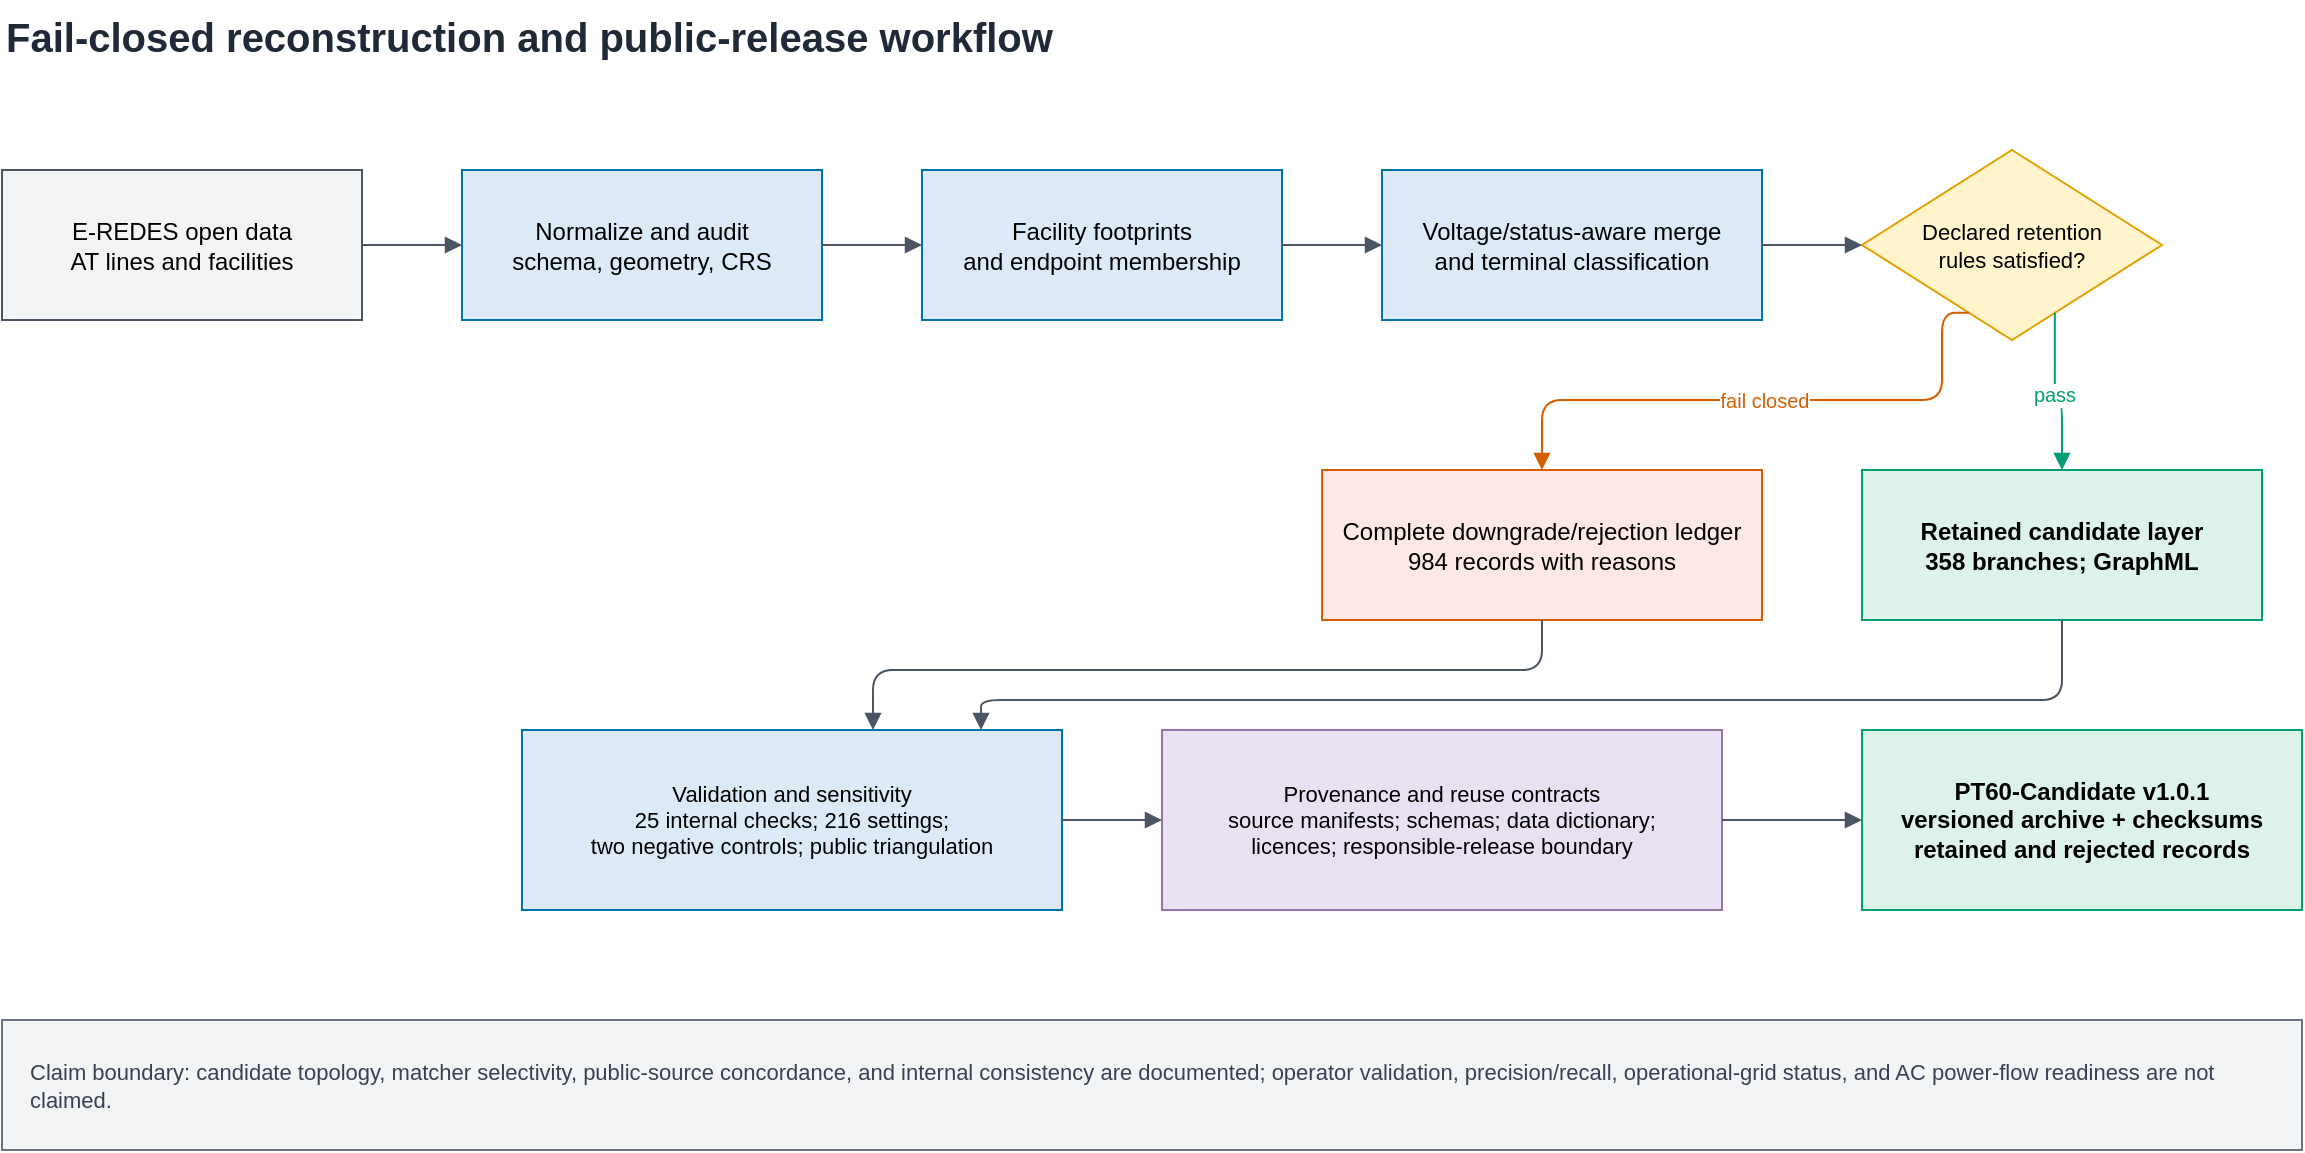
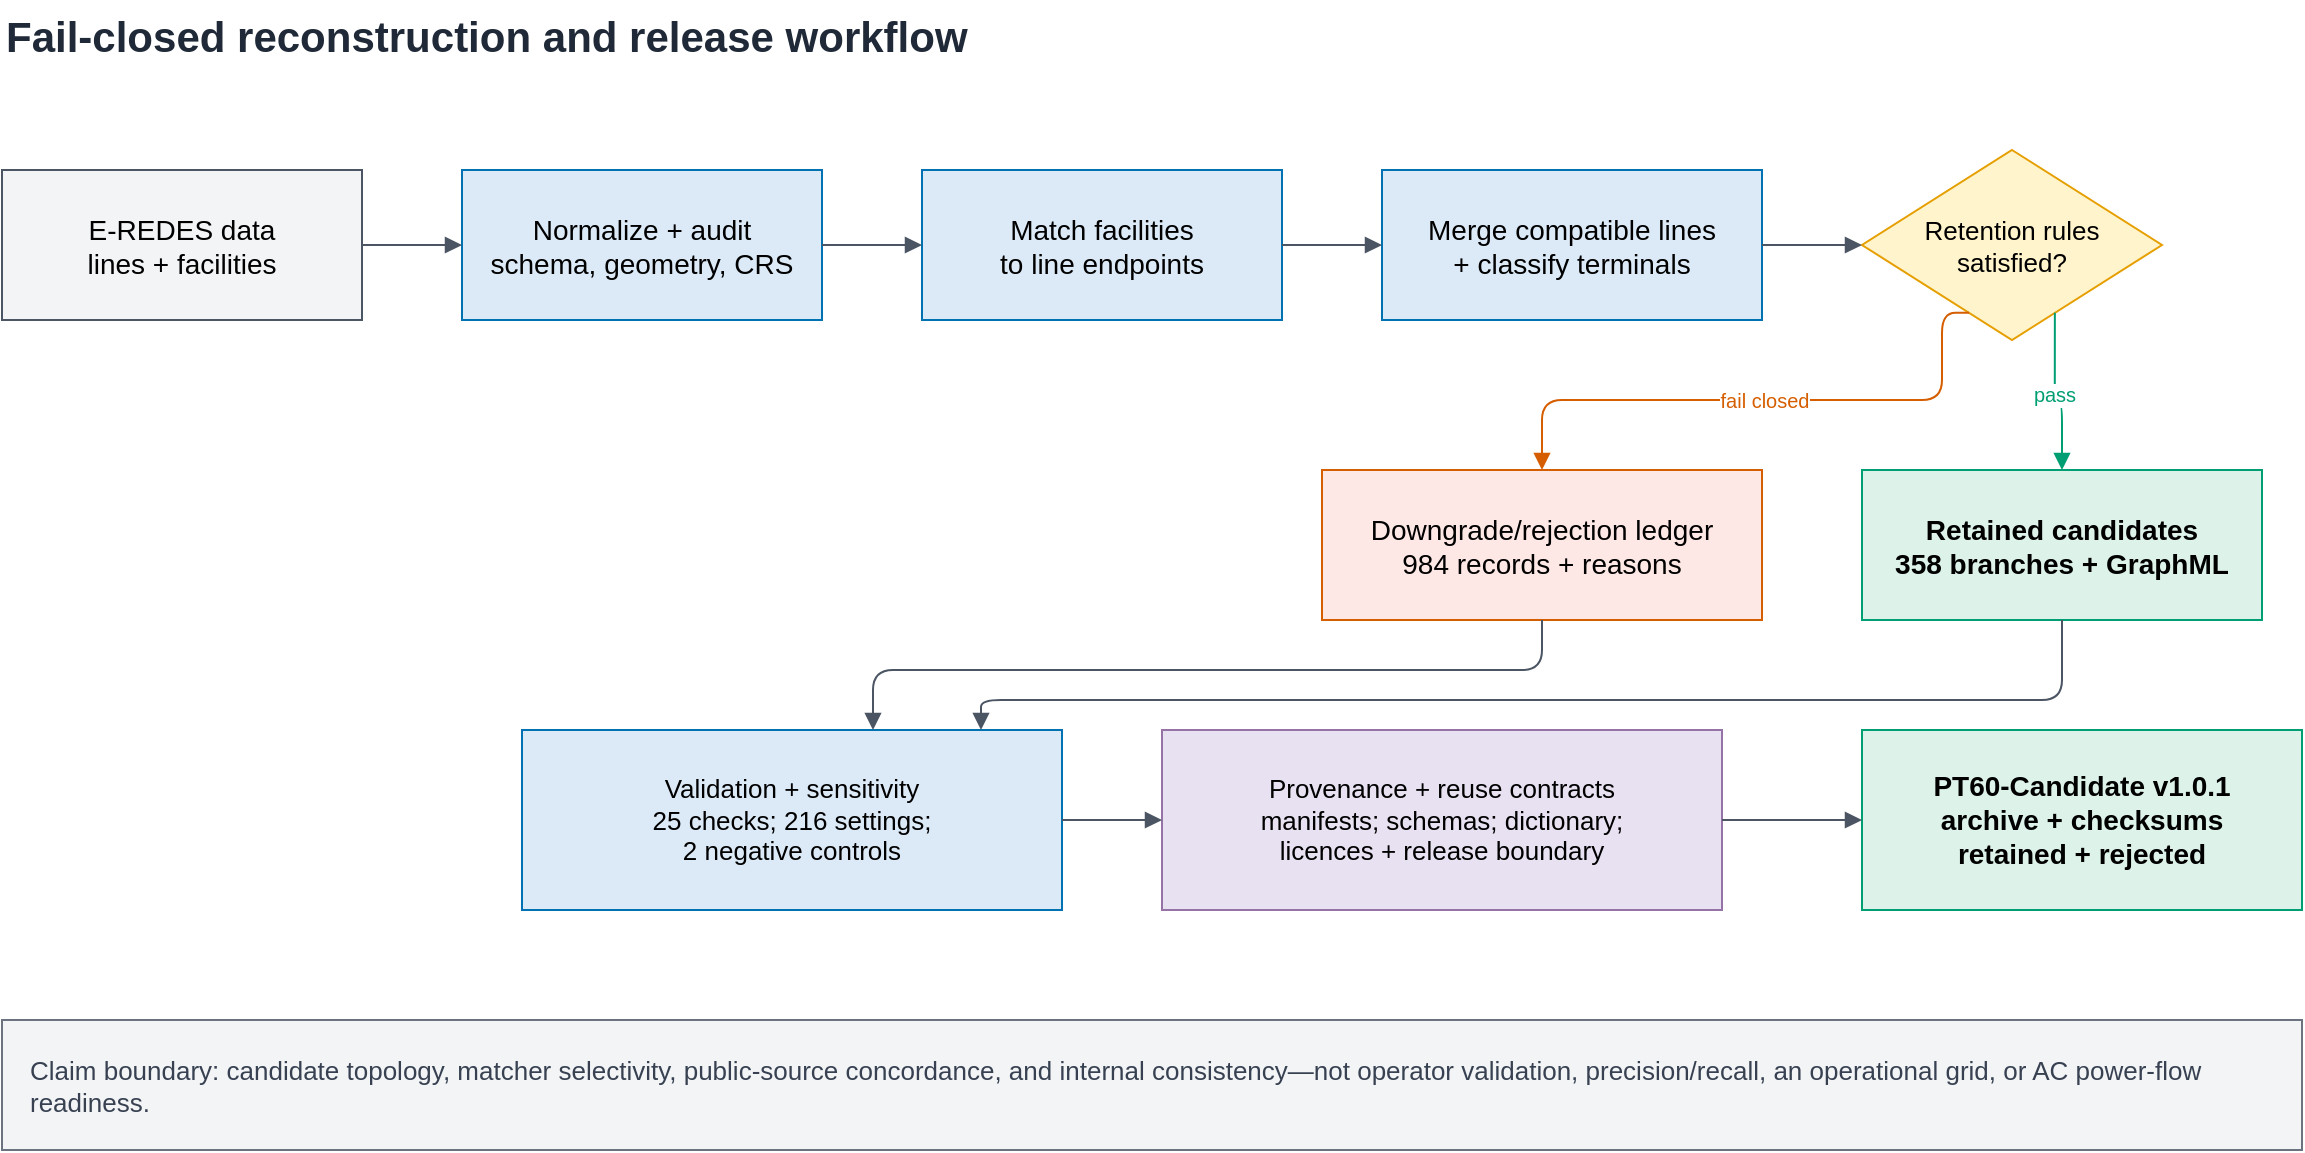
<?xml version="1.0" encoding="UTF-8"?>
<mxfile host="app.diagrams.net" modified="2026-07-14T00:00:00.000Z" agent="Codex" version="24.7.17">
  <diagram id="pipeline" name="Pipeline">
    <mxGraphModel dx="1422" dy="794" grid="1" gridSize="10" guides="1" tooltips="1" connect="1" arrows="1" fold="1" page="1" pageScale="1" pageWidth="1300" pageHeight="700" background="#FFFFFF" math="0" shadow="0">
      <root>
        <mxCell id="0"/>
        <mxCell id="1" parent="0"/>
-         <mxCell id="title" value="Fail-closed reconstruction and public-release workflow" style="text;html=1;align=left;verticalAlign=middle;resizable=0;points=[];autosize=1;fontSize=20;fontStyle=1;fontColor=#1F2937;" vertex="1" parent="1"><mxGeometry x="40" y="25" width="650" height="35" as="geometry"/></mxCell>
-         <mxCell id="raw" value="E-REDES open data&#xa;AT lines and facilities" style="rounded=0;whiteSpace=wrap;html=1;fillColor=#F3F4F6;strokeColor=#4B5563;fontSize=12;" vertex="1" parent="1"><mxGeometry x="40" y="110" width="180" height="75" as="geometry"/></mxCell>
-         <mxCell id="normalize" value="Normalize and audit&#xa;schema, geometry, CRS" style="rounded=0;whiteSpace=wrap;html=1;fillColor=#DCEAF7;strokeColor=#0072B2;fontSize=12;" vertex="1" parent="1"><mxGeometry x="270" y="110" width="180" height="75" as="geometry"/></mxCell>
-         <mxCell id="facilities" value="Facility footprints&#xa;and endpoint membership" style="rounded=0;whiteSpace=wrap;html=1;fillColor=#DCEAF7;strokeColor=#0072B2;fontSize=12;" vertex="1" parent="1"><mxGeometry x="500" y="110" width="180" height="75" as="geometry"/></mxCell>
-         <mxCell id="merge" value="Voltage/status-aware merge&#xa;and terminal classification" style="rounded=0;whiteSpace=wrap;html=1;fillColor=#DCEAF7;strokeColor=#0072B2;fontSize=12;" vertex="1" parent="1"><mxGeometry x="730" y="110" width="190" height="75" as="geometry"/></mxCell>
-         <mxCell id="gate" value="Declared retention&#xa;rules satisfied?" style="rhombus;whiteSpace=wrap;html=1;fillColor=#FFF4CC;strokeColor=#E69F00;fontSize=11;" vertex="1" parent="1"><mxGeometry x="970" y="100" width="150" height="95" as="geometry"/></mxCell>
-         <mxCell id="retained" value="Retained candidate layer&#xa;358 branches; GraphML" style="rounded=0;whiteSpace=wrap;html=1;fillColor=#DDF2E9;strokeColor=#009E73;fontSize=12;fontStyle=1;" vertex="1" parent="1"><mxGeometry x="970" y="260" width="200" height="75" as="geometry"/></mxCell>
-         <mxCell id="ledger" value="Complete downgrade/rejection ledger&#xa;984 records with reasons" style="rounded=0;whiteSpace=wrap;html=1;fillColor=#FDE8E5;strokeColor=#D55E00;fontSize=12;" vertex="1" parent="1"><mxGeometry x="700" y="260" width="220" height="75" as="geometry"/></mxCell>
-         <mxCell id="validation" value="Validation and sensitivity&#xa;25 internal checks; 216 settings;&#xa;two negative controls; public triangulation" style="rounded=0;whiteSpace=wrap;html=1;fillColor=#DCEAF7;strokeColor=#0072B2;fontSize=11;" vertex="1" parent="1"><mxGeometry x="300" y="390" width="270" height="90" as="geometry"/></mxCell>
-         <mxCell id="metadata" value="Provenance and reuse contracts&#xa;source manifests; schemas; data dictionary;&#xa;licences; responsible-release boundary" style="rounded=0;whiteSpace=wrap;html=1;fillColor=#E8E1F2;strokeColor=#9673A6;fontSize=11;" vertex="1" parent="1"><mxGeometry x="620" y="390" width="280" height="90" as="geometry"/></mxCell>
-         <mxCell id="archive" value="PT60-Candidate v1.0.1&#xa;versioned archive + checksums&#xa;retained and rejected records" style="rounded=0;whiteSpace=wrap;html=1;fillColor=#DDF2E9;strokeColor=#009E73;fontSize=12;fontStyle=1;" vertex="1" parent="1"><mxGeometry x="970" y="390" width="220" height="90" as="geometry"/></mxCell>
-         <mxCell id="boundary" value="Claim boundary: candidate topology, matcher selectivity, public-source concordance, and internal consistency are documented; operator validation, precision/recall, operational-grid status, and AC power-flow readiness are not claimed." style="rounded=0;whiteSpace=wrap;html=1;fillColor=#F3F4F6;strokeColor=#6B7280;fontSize=11;fontColor=#374151;align=left;spacingLeft=12;spacingRight=12;" vertex="1" parent="1"><mxGeometry x="40" y="535" width="1150" height="65" as="geometry"/></mxCell>
+         <mxCell id="title" value="Fail-closed reconstruction and release workflow" style="text;html=1;align=left;verticalAlign=middle;resizable=0;points=[];autosize=1;fontSize=21;fontStyle=1;fontColor=#1F2937;" vertex="1" parent="1"><mxGeometry x="40" y="25" width="650" height="35" as="geometry"/></mxCell>
+         <mxCell id="raw" value="E-REDES data&#xa;lines + facilities" style="rounded=0;whiteSpace=wrap;html=1;fillColor=#F3F4F6;strokeColor=#4B5563;fontSize=14;" vertex="1" parent="1"><mxGeometry x="40" y="110" width="180" height="75" as="geometry"/></mxCell>
+         <mxCell id="normalize" value="Normalize + audit&#xa;schema, geometry, CRS" style="rounded=0;whiteSpace=wrap;html=1;fillColor=#DCEAF7;strokeColor=#0072B2;fontSize=14;" vertex="1" parent="1"><mxGeometry x="270" y="110" width="180" height="75" as="geometry"/></mxCell>
+         <mxCell id="facilities" value="Match facilities&#xa;to line endpoints" style="rounded=0;whiteSpace=wrap;html=1;fillColor=#DCEAF7;strokeColor=#0072B2;fontSize=14;" vertex="1" parent="1"><mxGeometry x="500" y="110" width="180" height="75" as="geometry"/></mxCell>
+         <mxCell id="merge" value="Merge compatible lines&#xa;+ classify terminals" style="rounded=0;whiteSpace=wrap;html=1;fillColor=#DCEAF7;strokeColor=#0072B2;fontSize=14;" vertex="1" parent="1"><mxGeometry x="730" y="110" width="190" height="75" as="geometry"/></mxCell>
+         <mxCell id="gate" value="Retention rules&#xa;satisfied?" style="rhombus;whiteSpace=wrap;html=1;fillColor=#FFF4CC;strokeColor=#E69F00;fontSize=13;" vertex="1" parent="1"><mxGeometry x="970" y="100" width="150" height="95" as="geometry"/></mxCell>
+         <mxCell id="retained" value="Retained candidates&#xa;358 branches + GraphML" style="rounded=0;whiteSpace=wrap;html=1;fillColor=#DDF2E9;strokeColor=#009E73;fontSize=14;fontStyle=1;" vertex="1" parent="1"><mxGeometry x="970" y="260" width="200" height="75" as="geometry"/></mxCell>
+         <mxCell id="ledger" value="Downgrade/rejection ledger&#xa;984 records + reasons" style="rounded=0;whiteSpace=wrap;html=1;fillColor=#FDE8E5;strokeColor=#D55E00;fontSize=14;" vertex="1" parent="1"><mxGeometry x="700" y="260" width="220" height="75" as="geometry"/></mxCell>
+         <mxCell id="validation" value="Validation + sensitivity&#xa;25 checks; 216 settings;&#xa;2 negative controls" style="rounded=0;whiteSpace=wrap;html=1;fillColor=#DCEAF7;strokeColor=#0072B2;fontSize=13;" vertex="1" parent="1"><mxGeometry x="300" y="390" width="270" height="90" as="geometry"/></mxCell>
+         <mxCell id="metadata" value="Provenance + reuse contracts&#xa;manifests; schemas; dictionary;&#xa;licences + release boundary" style="rounded=0;whiteSpace=wrap;html=1;fillColor=#E8E1F2;strokeColor=#9673A6;fontSize=13;" vertex="1" parent="1"><mxGeometry x="620" y="390" width="280" height="90" as="geometry"/></mxCell>
+         <mxCell id="archive" value="PT60-Candidate v1.0.1&#xa;archive + checksums&#xa;retained + rejected" style="rounded=0;whiteSpace=wrap;html=1;fillColor=#DDF2E9;strokeColor=#009E73;fontSize=14;fontStyle=1;" vertex="1" parent="1"><mxGeometry x="970" y="390" width="220" height="90" as="geometry"/></mxCell>
+         <mxCell id="boundary" value="Claim boundary: candidate topology, matcher selectivity, public-source concordance, and internal consistency—not operator validation, precision/recall, an operational grid, or AC power-flow readiness." style="rounded=0;whiteSpace=wrap;html=1;fillColor=#F3F4F6;strokeColor=#6B7280;fontSize=13;fontColor=#374151;align=left;spacingLeft=12;spacingRight=12;" vertex="1" parent="1"><mxGeometry x="40" y="535" width="1150" height="65" as="geometry"/></mxCell>

        <mxCell id="e1" style="edgeStyle=orthogonalEdgeStyle;rounded=1;orthogonalLoop=1;jettySize=auto;html=1;endArrow=block;endFill=1;strokeColor=#4B5563;exitX=1;exitY=0.5;entryX=0;entryY=0.5;" edge="1" parent="1" source="raw" target="normalize"><mxGeometry relative="1" as="geometry"/></mxCell>
        <mxCell id="e2" style="edgeStyle=orthogonalEdgeStyle;rounded=1;orthogonalLoop=1;jettySize=auto;html=1;endArrow=block;endFill=1;strokeColor=#4B5563;exitX=1;exitY=0.5;entryX=0;entryY=0.5;" edge="1" parent="1" source="normalize" target="facilities"><mxGeometry relative="1" as="geometry"/></mxCell>
        <mxCell id="e3" style="edgeStyle=orthogonalEdgeStyle;rounded=1;orthogonalLoop=1;jettySize=auto;html=1;endArrow=block;endFill=1;strokeColor=#4B5563;exitX=1;exitY=0.5;entryX=0;entryY=0.5;" edge="1" parent="1" source="facilities" target="merge"><mxGeometry relative="1" as="geometry"/></mxCell>
        <mxCell id="e4" style="edgeStyle=orthogonalEdgeStyle;rounded=1;orthogonalLoop=1;jettySize=auto;html=1;endArrow=block;endFill=1;strokeColor=#4B5563;exitX=1;exitY=0.5;entryX=0;entryY=0.5;" edge="1" parent="1" source="merge" target="gate"><mxGeometry relative="1" as="geometry"/></mxCell>
        <mxCell id="e5" value="pass" style="edgeStyle=orthogonalEdgeStyle;rounded=1;orthogonalLoop=1;jettySize=auto;html=1;endArrow=block;endFill=1;strokeColor=#009E73;fontColor=#009E73;fontSize=10;exitX=0.7;exitY=1;entryX=0.5;entryY=0;" edge="1" parent="1" source="gate" target="retained"><mxGeometry relative="1" as="geometry"/></mxCell>
        <mxCell id="e6" value="fail closed" style="edgeStyle=orthogonalEdgeStyle;rounded=1;orthogonalLoop=1;jettySize=auto;html=1;endArrow=block;endFill=1;strokeColor=#D55E00;fontColor=#D55E00;fontSize=10;exitX=0.3;exitY=1;entryX=0.5;entryY=0;" edge="1" parent="1" source="gate" target="ledger"><mxGeometry relative="1" as="geometry"><Array as="points"><mxPoint x="1010" y="225"/><mxPoint x="810" y="225"/></Array></mxGeometry></mxCell>
        <mxCell id="e7" style="edgeStyle=orthogonalEdgeStyle;rounded=1;orthogonalLoop=1;jettySize=auto;html=1;endArrow=block;endFill=1;strokeColor=#4B5563;exitX=0.5;exitY=1;entryX=0.65;entryY=0;" edge="1" parent="1" source="ledger" target="validation"><mxGeometry relative="1" as="geometry"><Array as="points"><mxPoint x="810" y="360"/><mxPoint x="475" y="360"/></Array></mxGeometry></mxCell>
        <mxCell id="e8" style="edgeStyle=orthogonalEdgeStyle;rounded=1;orthogonalLoop=1;jettySize=auto;html=1;endArrow=block;endFill=1;strokeColor=#4B5563;exitX=0.5;exitY=1;entryX=0.85;entryY=0;" edge="1" parent="1" source="retained" target="validation"><mxGeometry relative="1" as="geometry"><Array as="points"><mxPoint x="1070" y="375"/><mxPoint x="530" y="375"/></Array></mxGeometry></mxCell>
        <mxCell id="e10" style="edgeStyle=orthogonalEdgeStyle;rounded=1;orthogonalLoop=1;jettySize=auto;html=1;endArrow=block;endFill=1;strokeColor=#4B5563;exitX=1;exitY=0.5;entryX=0;entryY=0.5;" edge="1" parent="1" source="validation" target="metadata"><mxGeometry relative="1" as="geometry"/></mxCell>
        <mxCell id="e11" style="edgeStyle=orthogonalEdgeStyle;rounded=1;orthogonalLoop=1;jettySize=auto;html=1;endArrow=block;endFill=1;strokeColor=#4B5563;exitX=1;exitY=0.5;entryX=0;entryY=0.5;" edge="1" parent="1" source="metadata" target="archive"><mxGeometry relative="1" as="geometry"/></mxCell>
      </root>
    </mxGraphModel>
  </diagram>
</mxfile>
